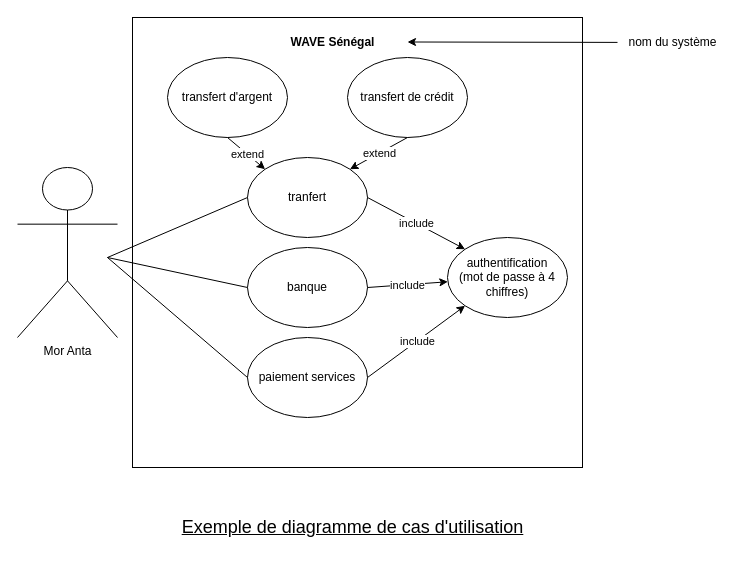
Above: recherche_modelisation/exemple_formalisme_UC.drawio in morantaDev/DEV_DATA_P5_Mor_Anta_SENE (draw.io), before the change. Source tidied: cells renumbered, new cells numbered last; positions are measured from the earlier drawing's top-left corner, leaving out a move shared by most shapes. Both pictures are drawn from the tidied source at 100%, with x=0, y=0 at pixel (17, 17).
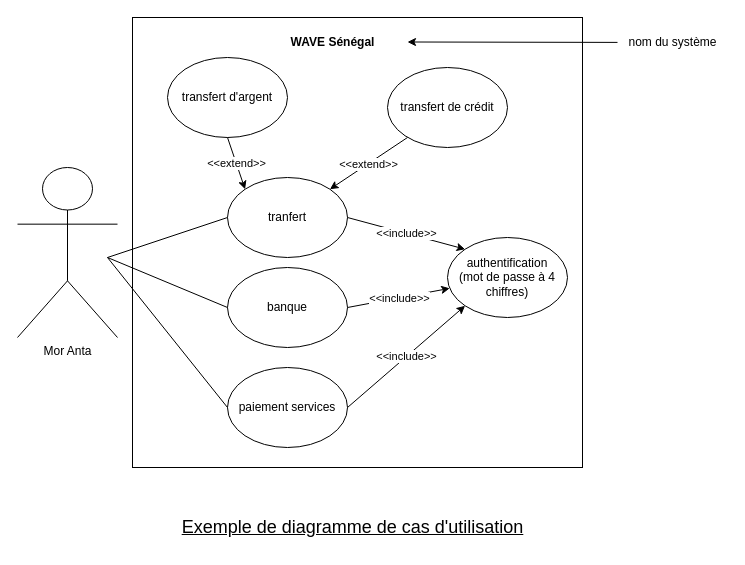
After the change.

The change refers to these unchanged cells:
```xml
<mxCell id="14" style="endArrow=classic;html=1;exitX=1;exitY=0.5;exitDx=0;exitDy=0;entryX=0;entryY=0;entryDx=0;entryDy=0;" parent="1" edge="1" source="4" target="10">
  <mxGeometry relative="1" as="geometry" />
</mxCell>
<mxCell id="16" style="endArrow=classic;html=1;exitX=1;exitY=0.5;exitDx=0;exitDy=0;" parent="1" edge="1" source="6" target="10">
  <mxGeometry relative="1" as="geometry" />
</mxCell>
<mxCell id="18" style="endArrow=classic;html=1;exitX=1;exitY=0.5;exitDx=0;exitDy=0;entryX=0;entryY=1;entryDx=0;entryDy=0;" parent="1" edge="1" source="7" target="10">
  <mxGeometry relative="1" as="geometry" />
</mxCell>
<mxCell id="22" style="endArrow=classic;html=1;entryX=0;entryY=0;entryDx=0;entryDy=0;exitX=0.5;exitY=1;exitDx=0;exitDy=0;" parent="1" edge="1" source="20" target="4">
  <mxGeometry relative="1" as="geometry" />
</mxCell>
<mxCell id="24" style="endArrow=classic;html=1;entryX=1;entryY=0;entryDx=0;entryDy=0;" parent="1" edge="1" target="4">
  <mxGeometry relative="1" as="geometry">
    <mxPoint x="390" y="120" as="sourcePoint" />
  </mxGeometry>
</mxCell>
```

The edit, as a diff of the source:
```diff
@@
     <mxCell id="4" value="tranfert" style="ellipse;whiteSpace=wrap;html=1;" parent="1" vertex="1">
-      <mxGeometry x="230" y="140" width="120" height="80" as="geometry" />
+      <mxGeometry x="210" y="160" width="120" height="80" as="geometry" />
     </mxCell>
@@
     <mxCell id="6" value="banque" style="ellipse;whiteSpace=wrap;html=1;" parent="1" vertex="1">
-      <mxGeometry x="230" y="230" width="120" height="80" as="geometry" />
+      <mxGeometry x="210" y="250" width="120" height="80" as="geometry" />
     </mxCell>
     <mxCell id="7" value="paiement services" style="ellipse;whiteSpace=wrap;html=1;" parent="1" vertex="1">
-      <mxGeometry x="230" y="320" width="120" height="80" as="geometry" />
+      <mxGeometry x="210" y="350" width="120" height="80" as="geometry" />
     </mxCell>
@@
-    <mxCell id="15" value="include" style="edgeLabel;html=1;align=center;verticalAlign=middle;" parent="14" vertex="1">
+    <mxCell id="15" value="&amp;lt;&amp;lt;include&amp;gt;&amp;gt;" style="edgeLabel;html=1;align=center;verticalAlign=middle;" parent="14" vertex="1">
       <mxGeometry relative="1" as="geometry" />
     </mxCell>
@@
-    <mxCell id="17" value="include" style="edgeLabel;html=1;align=center;verticalAlign=middle;" parent="16" vertex="1">
+    <mxCell id="17" value="&amp;lt;&amp;lt;include&amp;gt;&amp;gt;" style="edgeLabel;html=1;align=center;verticalAlign=middle;" parent="16" vertex="1">
       <mxGeometry relative="1" as="geometry" />
     </mxCell>
@@
-    <mxCell id="19" value="include" style="edgeLabel;html=1;align=center;verticalAlign=middle;" parent="18" vertex="1">
+    <mxCell id="19" value="&amp;lt;&amp;lt;include&amp;gt;&amp;gt;" style="edgeLabel;html=1;align=center;verticalAlign=middle;" parent="18" vertex="1">
       <mxGeometry relative="1" as="geometry" />
     </mxCell>
@@
     <mxCell id="21" value="transfert de crédit" style="ellipse;whiteSpace=wrap;html=1;" parent="1" vertex="1">
-      <mxGeometry x="330" y="40" width="120" height="80" as="geometry" />
+      <mxGeometry x="370" y="50" width="120" height="80" as="geometry" />
     </mxCell>
@@
-    <mxCell id="23" value="extend" style="edgeLabel;html=1;align=center;verticalAlign=middle;" parent="22" vertex="1">
+    <mxCell id="23" value="&amp;lt;&amp;lt;extend&amp;gt;&amp;gt;" style="edgeLabel;html=1;align=center;verticalAlign=middle;" parent="22" vertex="1">
       <mxGeometry relative="1" as="geometry" />
     </mxCell>
@@
-    <mxCell id="25" value="extend" style="edgeLabel;html=1;align=center;verticalAlign=middle;" parent="24" vertex="1">
+    <mxCell id="25" value="&amp;lt;&amp;lt;extend&amp;gt;&amp;gt;" style="edgeLabel;html=1;align=center;verticalAlign=middle;" parent="24" vertex="1">
       <mxGeometry relative="1" as="geometry" />
     </mxCell>
```
